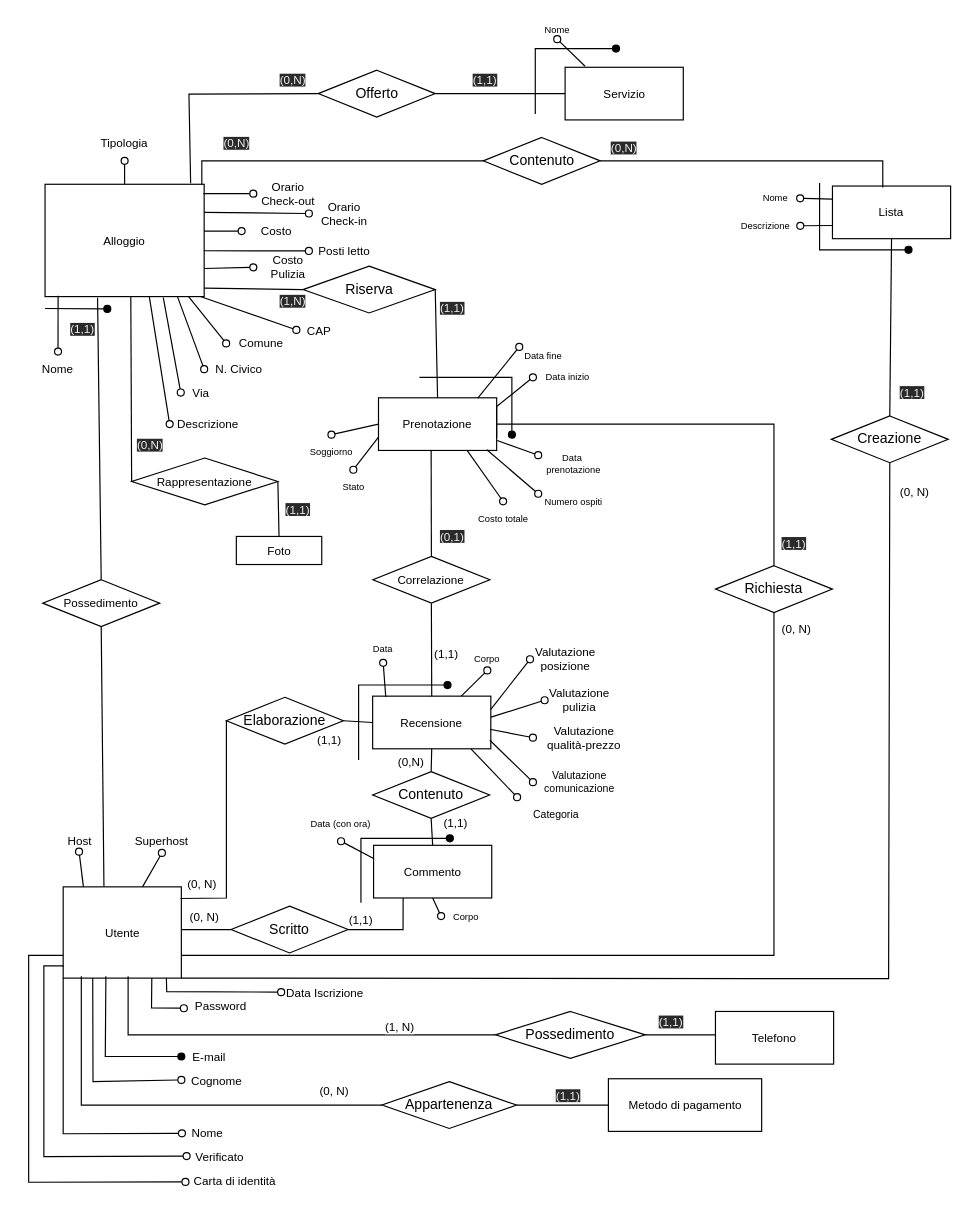
Earlier version of the draw.io diagram page "Page-4" (2 of 16) of ER.drawio (eduardz1/Home-Booking). Source tidied: cells renumbered, new cells numbered last; positions are measured from the earlier drawing's top-left corner, leaving out a move shared by most shapes. Both pictures are drawn from the tidied source at 117%, with x=0, y=0 at pixel (26, 20).
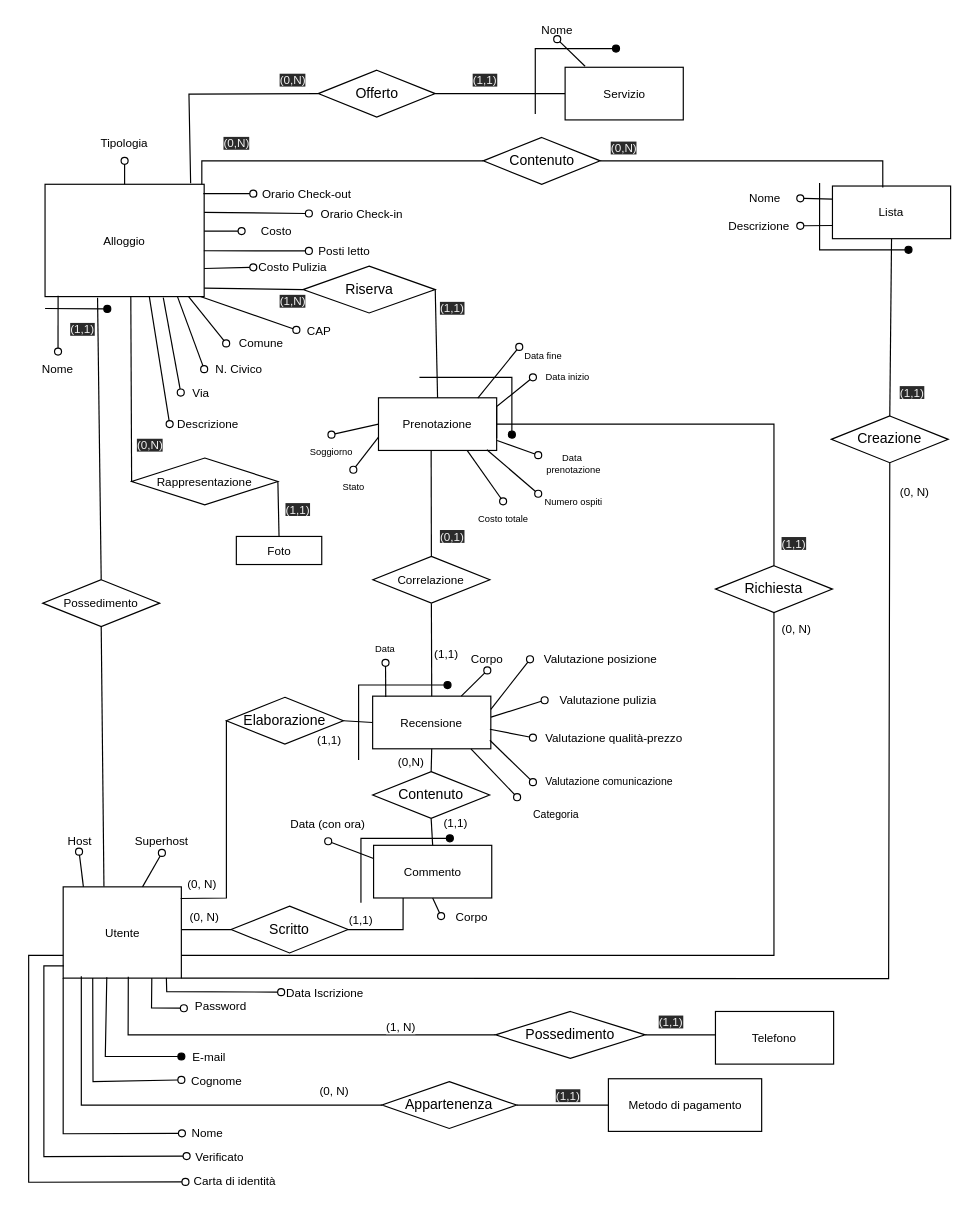
Above is the later version.

Unchanged cells that the change refers to:
```xml
<mxCell id="29" value="&lt;font style=&quot;font-size: 10px;&quot;&gt;Utente&lt;/font&gt;" style="rounded=0;whiteSpace=wrap;html=1;fontSize=10;" parent="1" vertex="1">
  <mxGeometry x="31.5" y="740.5" width="101" height="78" as="geometry" />
</mxCell>
<mxCell id="38" value="E-mail" style="text;html=1;strokeColor=none;fillColor=none;align=center;verticalAlign=middle;whiteSpace=wrap;rounded=0;labelBackgroundColor=none;labelBorderColor=none;fontSize=10;" parent="1" vertex="1">
  <mxGeometry x="132.5" y="872" width="47" height="27" as="geometry" />
</mxCell>
<mxCell id="144" value="Possedimento" style="rhombus;whiteSpace=wrap;html=1;" parent="1" vertex="1">
  <mxGeometry x="401" y="847" width="128" height="40" as="geometry" />
</mxCell>
```

Diff of the diagram source:
```diff
@@
     <mxCell id="14" style="group;rounded=0;fontSize=10;" parent="1" vertex="1">
-      <mxGeometry x="194" y="196" width="60" height="30" as="geometry" />
+      <mxGeometry x="194" y="196" width="68" height="30" as="geometry" />
     </mxCell>
     <mxCell id="15" value="Costo Pulizia" style="text;html=1;strokeColor=none;fillColor=none;align=center;verticalAlign=middle;whiteSpace=wrap;rounded=0;labelBackgroundColor=none;labelBorderColor=none;fontSize=10;" parent="14" vertex="1">
-      <mxGeometry width="60" height="30" as="geometry" />
+      <mxGeometry width="68" height="30" as="geometry" />
     </mxCell>
@@
     <mxCell id="20" style="group;rounded=0;fontSize=10;" parent="1" vertex="1">
-      <mxGeometry x="241.5" y="150" width="60" height="30" as="geometry" />
+      <mxGeometry x="241.5" y="150" width="90" height="30" as="geometry" />
     </mxCell>
-    <mxCell id="21" value="Orario&lt;br&gt;Check-in" style="text;html=1;strokeColor=none;fillColor=none;align=center;verticalAlign=middle;whiteSpace=wrap;rounded=0;labelBackgroundColor=none;labelBorderColor=none;fontSize=10;" parent="20" vertex="1">
-      <mxGeometry width="60" height="30" as="geometry" />
+    <mxCell id="21" value="Orario Check-in" style="text;html=1;strokeColor=none;fillColor=none;align=center;verticalAlign=middle;whiteSpace=wrap;rounded=0;labelBackgroundColor=none;labelBorderColor=none;fontSize=10;" parent="20" vertex="1">
+      <mxGeometry width="90" height="30" as="geometry" />
     </mxCell>
     <mxCell id="22" style="group;rounded=0;fontSize=10;" parent="1" vertex="1">
-      <mxGeometry x="194" y="133" width="60" height="30" as="geometry" />
+      <mxGeometry x="194" y="133" width="92" height="30" as="geometry" />
     </mxCell>
-    <mxCell id="23" value="Orario&lt;br&gt;Check-out" style="text;html=1;strokeColor=none;fillColor=none;align=center;verticalAlign=middle;whiteSpace=wrap;rounded=0;labelBackgroundColor=none;labelBorderColor=none;fontSize=10;" parent="22" vertex="1">
-      <mxGeometry width="60" height="30" as="geometry" />
+    <mxCell id="23" value="Orario Check-out" style="text;html=1;strokeColor=none;fillColor=none;align=center;verticalAlign=middle;whiteSpace=wrap;rounded=0;labelBackgroundColor=none;labelBorderColor=none;fontSize=10;" parent="22" vertex="1">
+      <mxGeometry width="92" height="30" as="geometry" />
     </mxCell>
@@
-    <mxCell id="31" style="endArrow=none;html=1;rounded=0;align=center;verticalAlign=top;endFill=0;labelBackgroundColor=none;endSize=6;startArrow=none;startFill=0;fontSize=10;exitX=0;exitY=0.5;exitDx=0;exitDy=0;" parent="1" edge="1" source="144">
+    <mxCell id="31" style="endArrow=none;html=1;rounded=0;align=center;verticalAlign=top;endFill=0;labelBackgroundColor=none;endSize=6;startArrow=none;startFill=0;fontSize=10;exitX=0;exitY=0.5;exitDx=0;exitDy=0;entryX=0.551;entryY=0.986;entryDx=0;entryDy=0;entryPerimeter=0;" parent="1" edge="1" source="144" target="29">
       <mxGeometry relative="1" as="geometry">
-        <mxPoint x="87" y="817" as="targetPoint" />
         <Array as="points">
           <mxPoint x="87" y="867" />
         </Array>
       </mxGeometry>
     </mxCell>
@@
-    <mxCell id="36" style="endArrow=none;html=1;rounded=0;align=center;verticalAlign=top;endFill=0;labelBackgroundColor=none;endSize=6;startArrow=oval;startFill=1;fontSize=10;exitX=0;exitY=0.5;exitDx=0;exitDy=0;" parent="1" edge="1" source="38">
+    <mxCell id="36" style="endArrow=none;html=1;rounded=0;align=center;verticalAlign=top;endFill=0;labelBackgroundColor=none;endSize=6;startArrow=oval;startFill=1;fontSize=10;exitX=0;exitY=0.5;exitDx=0;exitDy=0;entryX=0.369;entryY=0.991;entryDx=0;entryDy=0;entryPerimeter=0;" parent="1" edge="1" source="38" target="29">
       <mxGeometry relative="1" as="geometry">
-        <mxPoint x="68" y="817" as="targetPoint" />
         <Array as="points">
           <mxPoint x="67.5" y="885.5" />
         </Array>
       </mxGeometry>
     </mxCell>
@@
     <mxCell id="56" style="group;rounded=0;fontSize=10;" parent="1" vertex="1">
-      <mxGeometry x="443" y="564" width="60" height="30" as="geometry" />
+      <mxGeometry x="443" y="564" width="109" height="30" as="geometry" />
     </mxCell>
-    <mxCell id="57" value="Valutazione&lt;br&gt;pulizia" style="text;html=1;strokeColor=none;fillColor=none;align=center;verticalAlign=middle;whiteSpace=wrap;rounded=0;labelBackgroundColor=none;labelBorderColor=none;fontSize=10;" parent="56" vertex="1">
-      <mxGeometry width="60" height="34" as="geometry" />
+    <mxCell id="57" value="Valutazione pulizia" style="text;html=1;strokeColor=none;fillColor=none;align=center;verticalAlign=middle;whiteSpace=wrap;rounded=0;labelBackgroundColor=none;labelBorderColor=none;fontSize=10;" parent="56" vertex="1">
+      <mxGeometry width="109" height="34" as="geometry" />
     </mxCell>
@@
     <mxCell id="60" value="Valutazione qualità-prezzo" style="text;html=1;strokeColor=none;fillColor=none;align=center;verticalAlign=middle;whiteSpace=wrap;rounded=0;labelBackgroundColor=none;labelBorderColor=none;fontSize=10;" parent="1" vertex="1">
-      <mxGeometry x="433" y="598" width="88" height="30" as="geometry" />
+      <mxGeometry x="433" y="598" width="139" height="30" as="geometry" />
     </mxCell>
-    <mxCell id="61" value="Valutazione&lt;br&gt;posizione" style="text;html=1;strokeColor=none;fillColor=none;align=center;verticalAlign=middle;whiteSpace=wrap;rounded=0;labelBackgroundColor=none;labelBorderColor=none;fontSize=10;" parent="1" vertex="1">
-      <mxGeometry x="430.5" y="528" width="60" height="36" as="geometry" />
+    <mxCell id="61" value="Valutazione posizione" style="text;html=1;strokeColor=none;fillColor=none;align=center;verticalAlign=middle;whiteSpace=wrap;rounded=0;labelBackgroundColor=none;labelBorderColor=none;fontSize=10;" parent="1" vertex="1">
+      <mxGeometry x="430.5" y="528" width="119.5" height="36" as="geometry" />
     </mxCell>
@@
     <mxCell id="63" value="Valutazione comunicazione" style="text;html=1;strokeColor=none;fillColor=none;align=center;verticalAlign=middle;whiteSpace=wrap;rounded=0;fontSize=9;" parent="1" vertex="1">
-      <mxGeometry x="433" y="637" width="80" height="28" as="geometry" />
+      <mxGeometry x="433" y="637" width="131" height="28" as="geometry" />
     </mxCell>
@@
-    <mxCell id="87" value="Corpo" style="text;html=1;strokeColor=none;fillColor=none;align=center;verticalAlign=middle;whiteSpace=wrap;rounded=0;fontSize=8;" parent="1" vertex="1">
+    <mxCell id="87" value="Corpo" style="text;html=1;strokeColor=none;fillColor=none;align=center;verticalAlign=middle;whiteSpace=wrap;rounded=0;fontSize=10;" parent="1" vertex="1">
       <mxGeometry x="364" y="536.5" width="60" height="19" as="geometry" />
     </mxCell>
     <mxCell id="88" value="Data" style="text;html=1;strokeColor=none;fillColor=none;align=center;verticalAlign=middle;whiteSpace=wrap;rounded=0;fontSize=8;" parent="1" vertex="1">
-      <mxGeometry x="275" y="524" width="60" height="25" as="geometry" />
+      <mxGeometry x="277" y="524" width="60" height="25" as="geometry" />
     </mxCell>
@@
-    <mxCell id="106" value="Corpo" style="text;html=1;strokeColor=none;fillColor=none;align=center;verticalAlign=middle;whiteSpace=wrap;rounded=0;fontSize=8;" parent="1" vertex="1">
-      <mxGeometry x="354.5" y="750.5" width="41.5" height="30" as="geometry" />
+    <mxCell id="106" value="Corpo" style="text;html=1;strokeColor=none;fillColor=none;align=center;verticalAlign=middle;whiteSpace=wrap;rounded=0;fontSize=10;" parent="1" vertex="1">
+      <mxGeometry x="354.5" y="750.5" width="51.5" height="30" as="geometry" />
     </mxCell>
-    <mxCell id="107" value="Data (con ora)" style="text;html=1;strokeColor=none;fillColor=none;align=center;verticalAlign=middle;whiteSpace=wrap;rounded=0;fontSize=8;" parent="1" vertex="1">
-      <mxGeometry x="239" y="671.5" width="60" height="30" as="geometry" />
+    <mxCell id="107" value="Data (con ora)" style="text;html=1;strokeColor=none;fillColor=none;align=center;verticalAlign=middle;whiteSpace=wrap;rounded=0;fontSize=10;" parent="1" vertex="1">
+      <mxGeometry x="217" y="671.5" width="82" height="30" as="geometry" />
     </mxCell>
@@
-    <mxCell id="117" value="Descrizione" style="text;html=1;strokeColor=none;fillColor=none;align=center;verticalAlign=middle;whiteSpace=wrap;rounded=0;fontSize=8;" parent="1" vertex="1">
-      <mxGeometry x="602" y="167.5" width="59.5" height="16" as="geometry" />
+    <mxCell id="117" value="Descrizione" style="text;html=1;strokeColor=none;fillColor=none;align=center;verticalAlign=middle;whiteSpace=wrap;rounded=0;fontSize=10;" parent="1" vertex="1">
+      <mxGeometry x="591" y="167.5" width="70.5" height="16" as="geometry" />
     </mxCell>
-    <mxCell id="118" value="Nome" style="text;html=1;strokeColor=none;fillColor=none;align=center;verticalAlign=middle;whiteSpace=wrap;rounded=0;fontSize=8;" parent="1" vertex="1">
-      <mxGeometry x="620.2" y="144" width="41.2" height="16" as="geometry" />
+    <mxCell id="118" value="Nome" style="text;html=1;strokeColor=none;fillColor=none;align=center;verticalAlign=middle;whiteSpace=wrap;rounded=0;fontSize=10;" parent="1" vertex="1">
+      <mxGeometry x="601" y="144" width="60.5" height="16" as="geometry" />
     </mxCell>
@@
-    <mxCell id="125" value="Nome" style="text;html=1;strokeColor=none;fillColor=none;align=center;verticalAlign=middle;whiteSpace=wrap;rounded=0;fontSize=8;" parent="1" vertex="1">
+    <mxCell id="125" value="Nome" style="text;html=1;strokeColor=none;fillColor=none;align=center;verticalAlign=middle;whiteSpace=wrap;rounded=0;fontSize=10;" parent="1" vertex="1">
       <mxGeometry x="424" width="59.5" height="16" as="geometry" />
     </mxCell>
```
